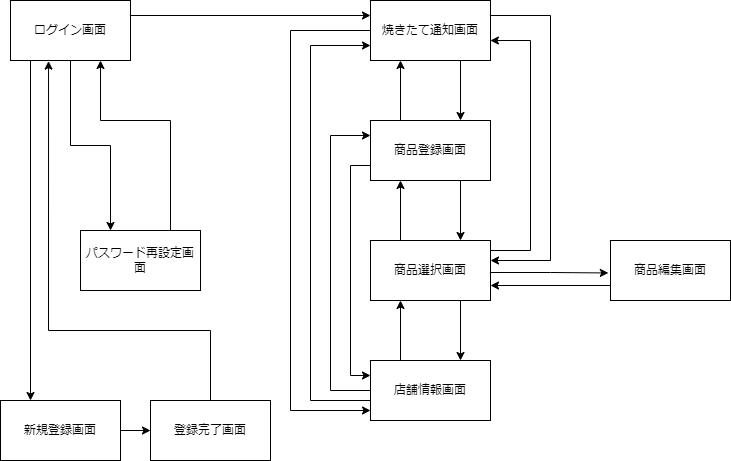
Above: 画面遷移図/店舗側画面遷移図.png in Pyama1013/Sotsu.Gamen (draw.io), before the change. Source tidied: cells renumbered, new cells last; positions are measured from the earlier drawing's top-left corner, leaving out a move shared by most shapes. Source of this version:
```xml
<mxGraphModel>
  <root>
    <mxCell id="0" />
    <mxCell id="1" parent="0" />
    <mxCell id="2" style="edgeStyle=orthogonalEdgeStyle;rounded=0;jettySize=auto;html=1;exitX=1;exitY=0.25;exitDx=0;exitDy=0;entryX=0;entryY=0.25;entryDx=0;entryDy=0;" parent="1" edge="1" target="6">
      <mxGeometry relative="1" as="geometry">
        <mxPoint x="130" y="15" as="sourcePoint" />
      </mxGeometry>
    </mxCell>
    <mxCell id="3" style="edgeStyle=orthogonalEdgeStyle;rounded=0;jettySize=auto;html=1;exitX=0.75;exitY=1;exitDx=0;exitDy=0;entryX=0.75;entryY=0;entryDx=0;entryDy=0;" parent="1" edge="1" source="6" target="10">
      <mxGeometry relative="1" as="geometry" />
    </mxCell>
    <mxCell id="4" style="edgeStyle=orthogonalEdgeStyle;rounded=0;jettySize=auto;html=1;exitX=0;exitY=0.5;exitDx=0;exitDy=0;" parent="1" edge="1" source="6">
      <mxGeometry relative="1" as="geometry">
        <mxPoint x="370" y="410" as="targetPoint" />
        <Array as="points">
          <mxPoint x="290" y="30" />
          <mxPoint x="290" y="410" />
          <mxPoint x="370" y="410" />
        </Array>
      </mxGeometry>
    </mxCell>
    <mxCell id="5" style="edgeStyle=orthogonalEdgeStyle;rounded=0;jettySize=auto;html=1;exitX=1;exitY=0.25;exitDx=0;exitDy=0;" parent="1" edge="1" source="6">
      <mxGeometry relative="1" as="geometry">
        <mxPoint x="490" y="260" as="targetPoint" />
        <Array as="points">
          <mxPoint x="550" y="15" />
          <mxPoint x="550" y="260" />
          <mxPoint x="490" y="260" />
        </Array>
      </mxGeometry>
    </mxCell>
    <mxCell id="6" value="焼きたて通知画面" style="rounded=0;whiteSpace=wrap;html=1;" parent="1" vertex="1">
      <mxGeometry x="370" width="120" height="60" as="geometry" />
    </mxCell>
    <mxCell id="7" style="edgeStyle=orthogonalEdgeStyle;rounded=0;jettySize=auto;html=1;exitX=0.25;exitY=0;exitDx=0;exitDy=0;entryX=0.25;entryY=1;entryDx=0;entryDy=0;" parent="1" edge="1" source="10" target="6">
      <mxGeometry relative="1" as="geometry" />
    </mxCell>
    <mxCell id="8" style="edgeStyle=orthogonalEdgeStyle;rounded=0;jettySize=auto;html=1;exitX=0.75;exitY=1;exitDx=0;exitDy=0;entryX=0.75;entryY=0;entryDx=0;entryDy=0;" parent="1" edge="1" source="10" target="15">
      <mxGeometry relative="1" as="geometry" />
    </mxCell>
    <mxCell id="9" style="edgeStyle=orthogonalEdgeStyle;rounded=0;jettySize=auto;html=1;exitX=0;exitY=0.75;exitDx=0;exitDy=0;entryX=0;entryY=0.25;entryDx=0;entryDy=0;" parent="1" edge="1" source="10" target="19">
      <mxGeometry relative="1" as="geometry" />
    </mxCell>
    <mxCell id="10" value="商品登録画面" style="rounded=0;whiteSpace=wrap;html=1;" parent="1" vertex="1">
      <mxGeometry x="370" y="120" width="120" height="60" as="geometry" />
    </mxCell>
    <mxCell id="11" style="edgeStyle=orthogonalEdgeStyle;rounded=0;jettySize=auto;html=1;exitX=0.25;exitY=0;exitDx=0;exitDy=0;entryX=0.25;entryY=1;entryDx=0;entryDy=0;" parent="1" edge="1" source="15" target="10">
      <mxGeometry relative="1" as="geometry" />
    </mxCell>
    <mxCell id="12" style="edgeStyle=orthogonalEdgeStyle;rounded=0;jettySize=auto;html=1;exitX=0.75;exitY=1;exitDx=0;exitDy=0;entryX=0.75;entryY=0;entryDx=0;entryDy=0;" parent="1" edge="1" source="15" target="19">
      <mxGeometry relative="1" as="geometry" />
    </mxCell>
    <mxCell id="13" style="edgeStyle=orthogonalEdgeStyle;rounded=0;jettySize=auto;html=1;entryX=0.999;entryY=0.667;entryDx=0;entryDy=0;entryPerimeter=0;" parent="1" edge="1" target="6">
      <mxGeometry relative="1" as="geometry">
        <mxPoint x="490" y="260" as="sourcePoint" />
        <Array as="points">
          <mxPoint x="490" y="250" />
          <mxPoint x="530" y="250" />
          <mxPoint x="530" y="40" />
        </Array>
      </mxGeometry>
    </mxCell>
    <mxCell id="14" style="edgeStyle=orthogonalEdgeStyle;rounded=0;jettySize=auto;html=1;exitX=1;exitY=0.5;exitDx=0;exitDy=0;entryX=-0.018;entryY=0.541;entryDx=0;entryDy=0;entryPerimeter=0;" parent="1" edge="1" source="15" target="21">
      <mxGeometry relative="1" as="geometry">
        <Array as="points">
          <mxPoint x="490" y="272" />
          <mxPoint x="550" y="272" />
        </Array>
      </mxGeometry>
    </mxCell>
    <mxCell id="15" value="商品選択画面" style="rounded=0;whiteSpace=wrap;html=1;" parent="1" vertex="1">
      <mxGeometry x="370" y="240" width="120" height="60" as="geometry" />
    </mxCell>
    <mxCell id="16" style="edgeStyle=orthogonalEdgeStyle;rounded=0;jettySize=auto;html=1;exitX=0;exitY=0.25;exitDx=0;exitDy=0;entryX=0;entryY=0.75;entryDx=0;entryDy=0;" parent="1" edge="1" source="19" target="6">
      <mxGeometry relative="1" as="geometry">
        <Array as="points">
          <mxPoint x="370" y="400" />
          <mxPoint x="310" y="400" />
          <mxPoint x="310" y="45" />
        </Array>
      </mxGeometry>
    </mxCell>
    <mxCell id="17" style="edgeStyle=orthogonalEdgeStyle;rounded=0;jettySize=auto;html=1;exitX=0.25;exitY=0;exitDx=0;exitDy=0;entryX=0.25;entryY=1;entryDx=0;entryDy=0;" parent="1" edge="1" source="19" target="15">
      <mxGeometry relative="1" as="geometry" />
    </mxCell>
    <mxCell id="18" style="edgeStyle=orthogonalEdgeStyle;rounded=0;jettySize=auto;html=1;exitX=0;exitY=0.25;exitDx=0;exitDy=0;entryX=0;entryY=0.25;entryDx=0;entryDy=0;" parent="1" edge="1" source="19" target="10">
      <mxGeometry relative="1" as="geometry">
        <Array as="points">
          <mxPoint x="370" y="390" />
          <mxPoint x="330" y="390" />
          <mxPoint x="330" y="135" />
        </Array>
      </mxGeometry>
    </mxCell>
    <mxCell id="19" value="店舗情報画面" style="rounded=0;whiteSpace=wrap;html=1;" parent="1" vertex="1">
      <mxGeometry x="370" y="360" width="120" height="60" as="geometry" />
    </mxCell>
    <mxCell id="20" style="edgeStyle=orthogonalEdgeStyle;rounded=0;jettySize=auto;html=1;exitX=0;exitY=0.75;exitDx=0;exitDy=0;entryX=1;entryY=0.75;entryDx=0;entryDy=0;" parent="1" edge="1" source="21" target="15">
      <mxGeometry relative="1" as="geometry" />
    </mxCell>
    <mxCell id="21" value="商品編集画面" style="rounded=0;whiteSpace=wrap;html=1;" parent="1" vertex="1">
      <mxGeometry x="610" y="240" width="120" height="60" as="geometry" />
    </mxCell>
    <mxCell id="22" style="edgeStyle=orthogonalEdgeStyle;rounded=0;jettySize=auto;html=1;exitX=0.5;exitY=1;exitDx=0;exitDy=0;entryX=0.25;entryY=0;entryDx=0;entryDy=0;" parent="1" edge="1" source="24" target="30">
      <mxGeometry relative="1" as="geometry" />
    </mxCell>
    <mxCell id="23" style="edgeStyle=orthogonalEdgeStyle;rounded=0;jettySize=auto;html=1;exitX=0.25;exitY=1;exitDx=0;exitDy=0;entryX=0.25;entryY=0;entryDx=0;entryDy=0;" parent="1" edge="1" source="24" target="26">
      <mxGeometry relative="1" as="geometry">
        <Array as="points">
          <mxPoint x="30" y="60" />
        </Array>
      </mxGeometry>
    </mxCell>
    <mxCell id="24" value="ログイン画面" style="rounded=0;whiteSpace=wrap;html=1;" parent="1" vertex="1">
      <mxGeometry x="10" width="120" height="60" as="geometry" />
    </mxCell>
    <mxCell id="25" style="edgeStyle=orthogonalEdgeStyle;rounded=0;jettySize=auto;html=1;exitX=1;exitY=0.5;exitDx=0;exitDy=0;entryX=0;entryY=0.5;entryDx=0;entryDy=0;" parent="1" edge="1" source="26" target="28">
      <mxGeometry relative="1" as="geometry" />
    </mxCell>
    <mxCell id="26" value="新規登録画面" style="rounded=0;whiteSpace=wrap;html=1;" parent="1" vertex="1">
      <mxGeometry y="400" width="120" height="60" as="geometry" />
    </mxCell>
    <mxCell id="27" style="edgeStyle=orthogonalEdgeStyle;rounded=0;jettySize=auto;html=1;exitX=0.5;exitY=0;exitDx=0;exitDy=0;entryX=0.317;entryY=1.01;entryDx=0;entryDy=0;entryPerimeter=0;" parent="1" edge="1" source="28" target="24">
      <mxGeometry relative="1" as="geometry">
        <Array as="points">
          <mxPoint x="210" y="330" />
          <mxPoint x="48" y="330" />
        </Array>
      </mxGeometry>
    </mxCell>
    <mxCell id="28" value="登録完了画面" style="rounded=0;whiteSpace=wrap;html=1;" parent="1" vertex="1">
      <mxGeometry x="150" y="400" width="120" height="60" as="geometry" />
    </mxCell>
    <mxCell id="29" style="edgeStyle=orthogonalEdgeStyle;rounded=0;jettySize=auto;html=1;exitX=0.75;exitY=0;exitDx=0;exitDy=0;entryX=0.75;entryY=1;entryDx=0;entryDy=0;" parent="1" edge="1" source="30" target="24">
      <mxGeometry relative="1" as="geometry">
        <Array as="points">
          <mxPoint x="170" y="120" />
          <mxPoint x="100" y="120" />
        </Array>
      </mxGeometry>
    </mxCell>
    <mxCell id="30" value="パスワード再設定画面" style="rounded=0;whiteSpace=wrap;html=1;" parent="1" vertex="1">
      <mxGeometry x="80" y="230" width="120" height="60" as="geometry" />
    </mxCell>
  </root>
</mxGraphModel>
```
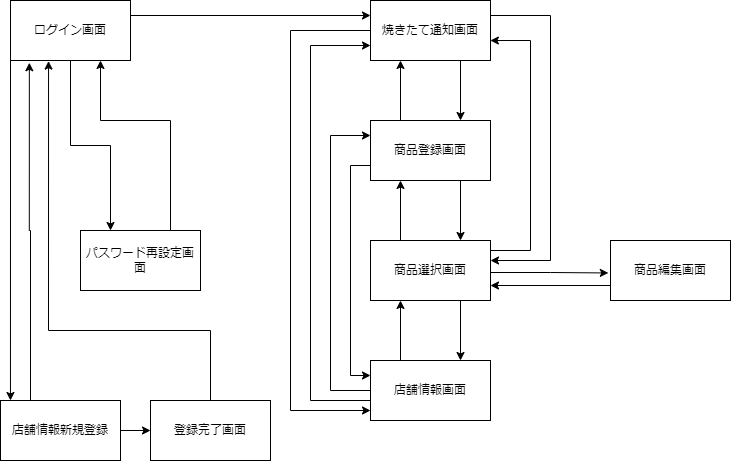
Later version of the same file.

Commit message:
店舗側画面遷移図.png を更新します

Diff of the diagram source:
```diff
@@ -105,20 +105,19 @@
     <mxCell id="22" style="edgeStyle=orthogonalEdgeStyle;rounded=0;jettySize=auto;html=1;exitX=0.5;exitY=1;exitDx=0;exitDy=0;entryX=0.25;entryY=0;entryDx=0;entryDy=0;" parent="1" edge="1" source="24" target="30">
       <mxGeometry relative="1" as="geometry" />
     </mxCell>
-    <mxCell id="23" style="edgeStyle=orthogonalEdgeStyle;rounded=0;jettySize=auto;html=1;exitX=0.25;exitY=1;exitDx=0;exitDy=0;entryX=0.25;entryY=0;entryDx=0;entryDy=0;" parent="1" edge="1" source="24" target="26">
-      <mxGeometry relative="1" as="geometry">
-        <Array as="points">
-          <mxPoint x="30" y="60" />
-        </Array>
-      </mxGeometry>
+    <mxCell id="23" style="edgeStyle=orthogonalEdgeStyle;rounded=0;jettySize=auto;html=1;exitX=0;exitY=1;exitDx=0;exitDy=0;entryX=0.083;entryY=0;entryDx=0;entryDy=0;entryPerimeter=0;fontSize=12;" parent="1" edge="1" source="24" target="26">
+      <mxGeometry relative="1" as="geometry" />
     </mxCell>
+    <mxCell id="31" style="edgeStyle=orthogonalEdgeStyle;rounded=0;jettySize=auto;html=1;entryX=0.157;entryY=1.037;entryDx=0;entryDy=0;fontSize=12;exitX=0.25;exitY=0;exitDx=0;exitDy=0;entryPerimeter=0;" parent="1" edge="1" source="26" target="24">
+      <mxGeometry relative="1" as="geometry" />
+    </mxCell>
     <mxCell id="24" value="ログイン画面" style="rounded=0;whiteSpace=wrap;html=1;" parent="1" vertex="1">
       <mxGeometry x="10" width="120" height="60" as="geometry" />
     </mxCell>
     <mxCell id="25" style="edgeStyle=orthogonalEdgeStyle;rounded=0;jettySize=auto;html=1;exitX=1;exitY=0.5;exitDx=0;exitDy=0;entryX=0;entryY=0.5;entryDx=0;entryDy=0;" parent="1" edge="1" source="26" target="28">
       <mxGeometry relative="1" as="geometry" />
     </mxCell>
-    <mxCell id="26" value="新規登録画面" style="rounded=0;whiteSpace=wrap;html=1;" parent="1" vertex="1">
+    <mxCell id="26" value="店舗情報新規登録" style="rounded=0;whiteSpace=wrap;html=1;" parent="1" vertex="1">
       <mxGeometry y="400" width="120" height="60" as="geometry" />
     </mxCell>
     <mxCell id="27" style="edgeStyle=orthogonalEdgeStyle;rounded=0;jettySize=auto;html=1;exitX=0.5;exitY=0;exitDx=0;exitDy=0;entryX=0.317;entryY=1.01;entryDx=0;entryDy=0;entryPerimeter=0;" parent="1" edge="1" source="28" target="24">
```
